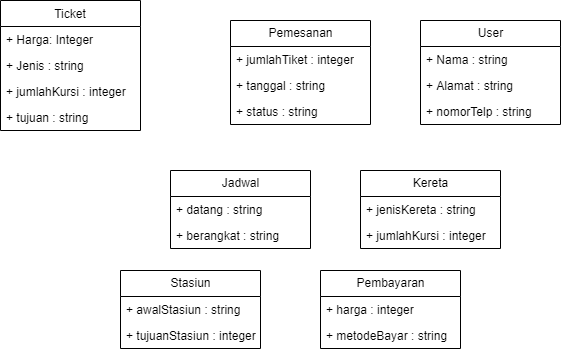
This is class-diagram.drawio.png from rendiwibawa/KAIKW, a draw.io export, as it was before one commit. Source tidied: cells renumbered, new cells last; positions are measured from the earlier drawing's top-left corner, leaving out a move shared by most shapes.
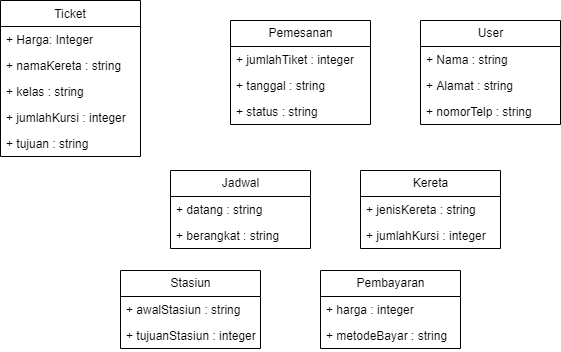
After the change.

What changed in the source:
```diff
@@ -3,19 +3,22 @@
     <mxCell id="0" />
     <mxCell id="1" parent="0" />
     <mxCell id="2" value="Ticket" style="swimlane;fontStyle=0;horizontal=1;startSize=26;fillColor=none;" parent="1" vertex="1">
-      <mxGeometry width="140" height="130" as="geometry" />
+      <mxGeometry width="140" height="156" as="geometry" />
     </mxCell>
     <mxCell id="3" value="+ Harga: Integer" style="text;strokeColor=none;fillColor=none;align=left;verticalAlign=top;spacingLeft=4;spacingRight=4;overflow=hidden;" parent="2" vertex="1">
       <mxGeometry y="26" width="140" height="26" as="geometry" />
     </mxCell>
+    <mxCell id="27" value="+ namaKereta : string" style="text;strokeColor=none;fillColor=none;align=left;verticalAlign=top;spacingLeft=4;spacingRight=4;overflow=hidden;" parent="2" vertex="1">
+      <mxGeometry y="52" width="140" height="26" as="geometry" />
+    </mxCell>
-    <mxCell id="4" value="+ Jenis : string" style="text;strokeColor=none;fillColor=none;align=left;verticalAlign=top;spacingLeft=4;spacingRight=4;overflow=hidden;" parent="2" vertex="1">
-      <mxGeometry y="52" width="140" height="26" as="geometry" />
+    <mxCell id="4" value="+ kelas : string" style="text;strokeColor=none;fillColor=none;align=left;verticalAlign=top;spacingLeft=4;spacingRight=4;overflow=hidden;" parent="2" vertex="1">
+      <mxGeometry y="78" width="140" height="26" as="geometry" />
     </mxCell>
     <mxCell id="5" value="+ jumlahKursi : integer" style="text;strokeColor=none;fillColor=none;align=left;verticalAlign=top;spacingLeft=4;spacingRight=4;overflow=hidden;" parent="2" vertex="1">
-      <mxGeometry y="78" width="140" height="26" as="geometry" />
+      <mxGeometry y="104" width="140" height="26" as="geometry" />
     </mxCell>
     <mxCell id="6" value="+ tujuan : string" style="text;strokeColor=none;fillColor=none;align=left;verticalAlign=top;spacingLeft=4;spacingRight=4;overflow=hidden;" parent="2" vertex="1">
-      <mxGeometry y="104" width="140" height="26" as="geometry" />
+      <mxGeometry y="130" width="140" height="26" as="geometry" />
     </mxCell>
     <mxCell id="7" value="Pemesanan" style="swimlane;fontStyle=0;horizontal=1;startSize=26;fillColor=none;html=1;" parent="1" vertex="1">
       <mxGeometry x="230" y="20" width="140" height="104" as="geometry" />
```
